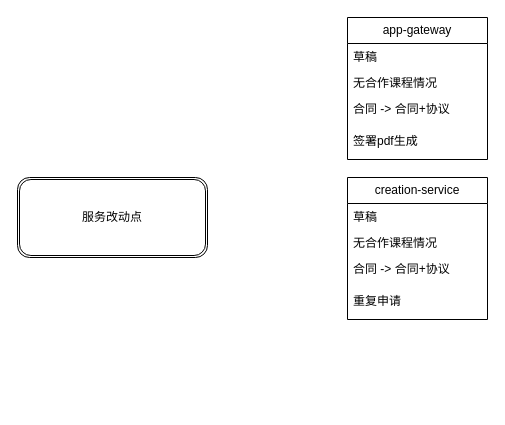
Before: draws/Untitled Diagram.drawio in neoxue/simple-tools, a draw.io diagram. Source tidied: cells renumbered, new cells numbered last; positions are measured from the earlier drawing's top-left corner, leaving out a move shared by most shapes. Both pictures are drawn from the tidied source at 100%, with x=0, y=0 at pixel (17, 17).
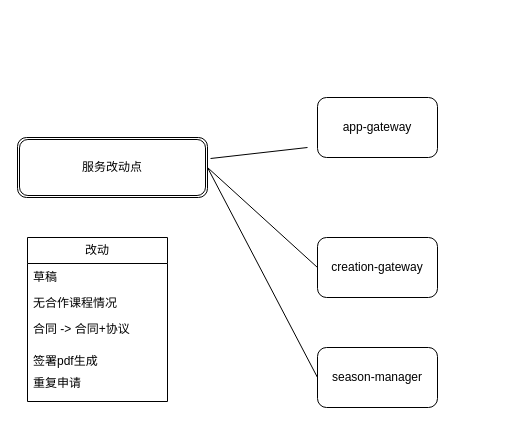
Above is the later version.

Commit message:
规模化1.5改动点.drawio

Diff of the diagram source:
```diff
@@
 <mxGraphModel>
   <root>
     <mxCell id="0" />
     <mxCell id="1" parent="0" />
     <mxCell id="2" value="服务改动点" style="shape=ext;double=1;rounded=1;whiteSpace=wrap;html=1;" parent="1" vertex="1">
-      <mxGeometry y="160" width="190" height="80" as="geometry" />
+      <mxGeometry y="120" width="190" height="60" as="geometry" />
     </mxCell>
-    <mxCell id="3" value="app-gateway" style="swimlane;fontStyle=0;horizontal=1;startSize=26;fillColor=none;whiteSpace=wrap;html=1;" parent="1" vertex="1">
-      <mxGeometry x="330" width="140" height="142" as="geometry" />
+    <mxCell id="3" value="改动" style="swimlane;fontStyle=0;horizontal=1;startSize=26;fillColor=none;whiteSpace=wrap;html=1;" parent="1" vertex="1">
+      <mxGeometry x="10" y="220" width="140" height="164" as="geometry" />
     </mxCell>
     <mxCell id="4" value="草稿" style="text;strokeColor=none;fillColor=none;align=left;verticalAlign=top;spacingLeft=4;spacingRight=4;overflow=hidden;whiteSpace=wrap;html=1;" parent="3" vertex="1">
       <mxGeometry y="26" width="140" height="26" as="geometry" />
     </mxCell>
     <mxCell id="5" value="无合作课程情况" style="text;strokeColor=none;fillColor=none;align=left;verticalAlign=top;spacingLeft=4;spacingRight=4;overflow=hidden;whiteSpace=wrap;html=1;" parent="3" vertex="1">
       <mxGeometry y="52" width="140" height="26" as="geometry" />
     </mxCell>
     <mxCell id="6" value="合同 -&amp;gt; 合同+协议" style="text;strokeColor=none;fillColor=none;align=left;verticalAlign=top;spacingLeft=4;spacingRight=4;overflow=hidden;whiteSpace=wrap;html=1;" parent="3" vertex="1">
       <mxGeometry y="78" width="140" height="32" as="geometry" />
     </mxCell>
     <mxCell id="7" value="签署pdf生成" style="text;strokeColor=none;fillColor=none;align=left;verticalAlign=top;spacingLeft=4;spacingRight=4;overflow=hidden;whiteSpace=wrap;html=1;" parent="3" vertex="1">
-      <mxGeometry y="110" width="140" height="32" as="geometry" />
+      <mxGeometry y="110" width="140" height="22" as="geometry" />
     </mxCell>
-    <mxCell id="8" value="creation-service" style="swimlane;fontStyle=0;horizontal=1;startSize=26;fillColor=none;whiteSpace=wrap;html=1;" parent="1" vertex="1">
-      <mxGeometry x="330" y="160" width="140" height="142" as="geometry" />
-    </mxCell>
-    <mxCell id="9" value="草稿" style="text;strokeColor=none;fillColor=none;align=left;verticalAlign=top;spacingLeft=4;spacingRight=4;overflow=hidden;whiteSpace=wrap;html=1;" parent="8" vertex="1">
-      <mxGeometry y="26" width="140" height="26" as="geometry" />
-    </mxCell>
-    <mxCell id="10" value="无合作课程情况" style="text;strokeColor=none;fillColor=none;align=left;verticalAlign=top;spacingLeft=4;spacingRight=4;overflow=hidden;whiteSpace=wrap;html=1;" parent="8" vertex="1">
-      <mxGeometry y="52" width="140" height="26" as="geometry" />
-    </mxCell>
-    <mxCell id="11" value="合同 -&amp;gt; 合同+协议" style="text;strokeColor=none;fillColor=none;align=left;verticalAlign=top;spacingLeft=4;spacingRight=4;overflow=hidden;whiteSpace=wrap;html=1;" parent="8" vertex="1">
-      <mxGeometry y="78" width="140" height="32" as="geometry" />
-    </mxCell>
-    <mxCell id="12" value="重复申请" style="text;strokeColor=none;fillColor=none;align=left;verticalAlign=top;spacingLeft=4;spacingRight=4;overflow=hidden;whiteSpace=wrap;html=1;" parent="8" vertex="1">
-      <mxGeometry y="110" width="140" height="32" as="geometry" />
+    <mxCell id="12" value="重复申请" style="text;strokeColor=none;fillColor=none;align=left;verticalAlign=top;spacingLeft=4;spacingRight=4;overflow=hidden;whiteSpace=wrap;html=1;" parent="3" vertex="1">
+      <mxGeometry y="132" width="140" height="32" as="geometry" />
     </mxCell>
+    <mxCell id="13" style="endArrow=none;html=1;rounded=0;exitX=1.016;exitY=0.35;exitDx=0;exitDy=0;exitPerimeter=0;" parent="1" edge="1" source="2">
+      <mxGeometry relative="1" as="geometry">
+        <mxPoint x="290" y="130" as="targetPoint" />
+      </mxGeometry>
+    </mxCell>
+    <mxCell id="14" value="app-gateway" style="rounded=1;whiteSpace=wrap;html=1;" parent="1" vertex="1">
+      <mxGeometry x="300" y="80" width="120" height="60" as="geometry" />
+    </mxCell>
+    <mxCell id="15" value="creation-gateway" style="rounded=1;whiteSpace=wrap;html=1;" parent="1" vertex="1">
+      <mxGeometry x="300" y="220" width="120" height="60" as="geometry" />
+    </mxCell>
+    <mxCell id="16" style="endArrow=none;html=1;rounded=0;exitX=1;exitY=0.5;exitDx=0;exitDy=0;entryX=0;entryY=0.5;entryDx=0;entryDy=0;" parent="1" edge="1" source="2" target="15">
+      <mxGeometry relative="1" as="geometry" />
+    </mxCell>
+    <mxCell id="17" value="season-manager" style="rounded=1;whiteSpace=wrap;html=1;" parent="1" vertex="1">
+      <mxGeometry x="300" y="330" width="120" height="60" as="geometry" />
+    </mxCell>
+    <mxCell id="18" style="endArrow=none;html=1;rounded=0;exitX=1;exitY=0.5;exitDx=0;exitDy=0;entryX=0;entryY=0.5;entryDx=0;entryDy=0;" parent="1" edge="1" source="2" target="17">
+      <mxGeometry relative="1" as="geometry" />
+    </mxCell>
   </root>
 </mxGraphModel>
```
